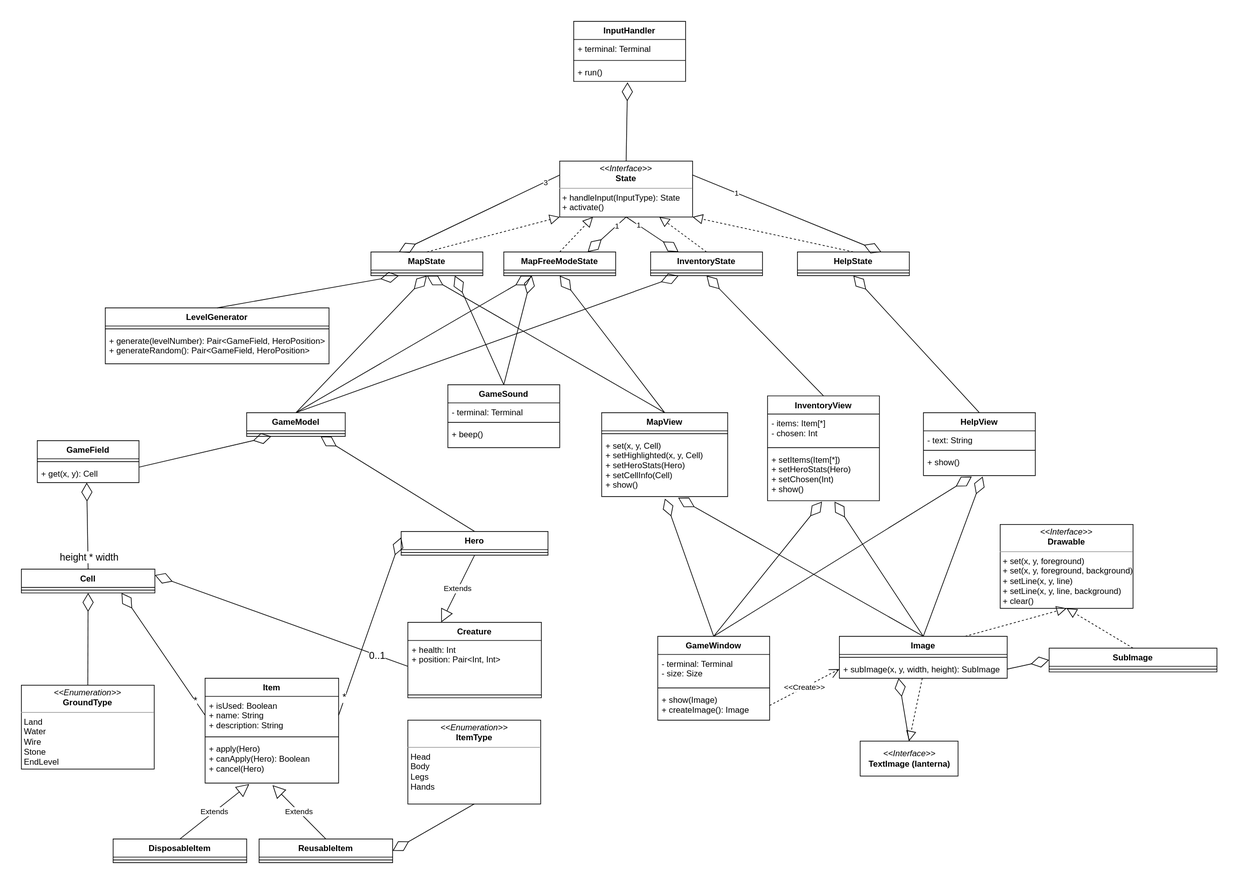
KaperD/HSE-SD-Course-Roguelike keeps this draw.io diagram as images/classes.svg. Above is the earlier version. Source tidied: cells renumbered, new cells last; positions are measured from the earlier drawing's top-left corner, leaving out a move shared by most shapes.
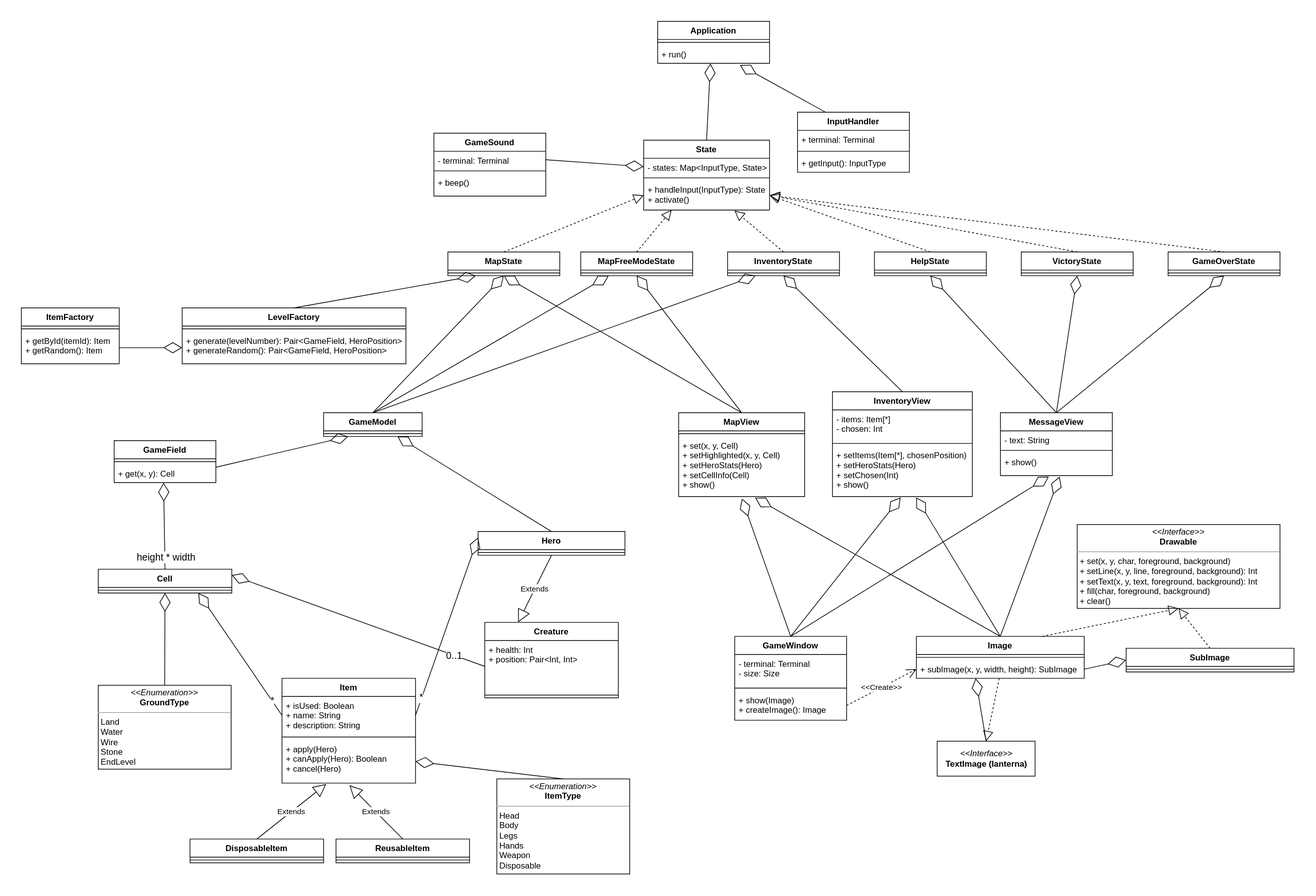
The same file after the commit.

What changed in the source:
```diff
@@ -5,3 +5,3 @@
     <mxCell id="2" value="InputHandler" style="swimlane;fontStyle=1;align=center;verticalAlign=top;horizontal=1;startSize=26;" parent="1" vertex="1">
-      <mxGeometry x="790" width="160" height="86" as="geometry" />
+      <mxGeometry x="1000" y="130" width="160" height="86" as="geometry" />
     </mxCell>
@@ -13,3 +13,3 @@
     </mxCell>
-    <mxCell id="5" value="+ run()" style="text;strokeColor=none;fillColor=none;align=left;verticalAlign=top;spacingLeft=4;spacingRight=4;overflow=hidden;points=[[0,0.5],[1,0.5]];portConstraint=eastwest;" parent="2" vertex="1">
+    <mxCell id="5" value="+ getInput(): InputType" style="text;strokeColor=none;fillColor=none;align=left;verticalAlign=top;spacingLeft=4;spacingRight=4;overflow=hidden;points=[[0,0.5],[1,0.5]];portConstraint=eastwest;" parent="2" vertex="1">
       <mxGeometry y="60" width="160" height="26" as="geometry" />
@@ -28,3 +28,3 @@
     </mxCell>
-    <mxCell id="10" value="LevelGenerator" style="swimlane;fontStyle=1;align=center;verticalAlign=top;horizontal=1;startSize=26;" parent="1" vertex="1">
+    <mxCell id="10" value="LevelFactory" style="swimlane;fontStyle=1;align=center;verticalAlign=top;horizontal=1;startSize=26;" parent="1" vertex="1">
       <mxGeometry x="120" y="410" width="320" height="80" as="geometry" />
@@ -38,12 +38,12 @@
     <mxCell id="13" value="InventoryView" style="swimlane;fontStyle=1;align=center;verticalAlign=top;horizontal=1;startSize=26;" parent="1" vertex="1">
-      <mxGeometry x="1067.2" y="536" width="160" height="150" as="geometry" />
+      <mxGeometry x="1050" y="530" width="200" height="150" as="geometry" />
     </mxCell>
     <mxCell id="14" value="- items: Item[*]&#10;- chosen: Int" style="text;strokeColor=none;fillColor=none;align=left;verticalAlign=top;spacingLeft=4;spacingRight=4;overflow=hidden;" parent="13" vertex="1">
-      <mxGeometry y="26" width="160" height="44" as="geometry" />
+      <mxGeometry y="26" width="200" height="44" as="geometry" />
     </mxCell>
     <mxCell id="15" style="line;strokeWidth=1;fillColor=none;align=left;verticalAlign=middle;spacingTop=-1;spacingLeft=3;spacingRight=3;labelPosition=right;" parent="13" vertex="1">
-      <mxGeometry y="70" width="160" height="8" as="geometry" />
+      <mxGeometry y="70" width="200" height="8" as="geometry" />
     </mxCell>
-    <mxCell id="16" value="+ setItems(Item[*])&#10;+ setHeroStats(Hero)&#10;+ setChosen(Int)&#10;+ show()" style="text;strokeColor=none;fillColor=none;align=left;verticalAlign=top;spacingLeft=4;spacingRight=4;overflow=hidden;points=[[0,0.5],[1,0.5]];portConstraint=eastwest;" parent="13" vertex="1">
-      <mxGeometry y="78" width="160" height="72" as="geometry" />
+    <mxCell id="16" value="+ setItems(Item[*], chosenPosition)&#10;+ setHeroStats(Hero)&#10;+ setChosen(Int)&#10;+ show()" style="text;strokeColor=none;fillColor=none;align=left;verticalAlign=top;spacingLeft=4;spacingRight=4;overflow=hidden;points=[[0,0.5],[1,0.5]];portConstraint=eastwest;" parent="13" vertex="1">
+      <mxGeometry y="78" width="200" height="72" as="geometry" />
     </mxCell>
@@ -109,18 +109,12 @@
     </mxCell>
-    <mxCell id="37" value="&lt;p style=&quot;margin: 0px ; margin-top: 4px ; text-align: center&quot;&gt;&lt;i&gt;&amp;lt;&amp;lt;Interface&amp;gt;&amp;gt;&lt;/i&gt;&lt;br&gt;&lt;b&gt;State&lt;/b&gt;&lt;/p&gt;&lt;hr size=&quot;1&quot;&gt;&lt;p style=&quot;margin: 0px ; margin-left: 4px&quot;&gt;+ handleInput(InputType): State&lt;br&gt;&lt;/p&gt;&lt;p style=&quot;margin: 0px ; margin-left: 4px&quot;&gt;+ activate()&lt;/p&gt;" style="verticalAlign=top;align=left;overflow=fill;fontSize=12;fontFamily=Helvetica;html=1;" parent="1" vertex="1">
-      <mxGeometry x="770" y="200" width="190" height="80" as="geometry" />
-    </mxCell>
-    <mxCell id="38" style="endArrow=diamondThin;endFill=0;endSize=24;html=1;rounded=0;exitX=0.5;exitY=0;exitDx=0;exitDy=0;entryX=0.481;entryY=1.051;entryDx=0;entryDy=0;entryPerimeter=0;" parent="1" edge="1" source="37" target="5">
-      <mxGeometry relative="1" as="geometry" />
-    </mxCell>
-    <mxCell id="39" style="endArrow=block;dashed=1;endFill=0;endSize=12;html=1;rounded=0;entryX=1;entryY=1;entryDx=0;entryDy=0;exitX=0.5;exitY=0;exitDx=0;exitDy=0;" parent="1" edge="1" source="84" target="37">
+    <mxCell id="39" style="endArrow=block;dashed=1;endFill=0;endSize=12;html=1;rounded=0;entryX=1;entryY=0.5;entryDx=0;entryDy=0;exitX=0.5;exitY=0;exitDx=0;exitDy=0;" parent="1" edge="1" source="84" target="119">
       <mxGeometry relative="1" as="geometry" />
     </mxCell>
-    <mxCell id="40" style="endArrow=block;dashed=1;endFill=0;endSize=12;html=1;rounded=0;entryX=0;entryY=1;entryDx=0;entryDy=0;exitX=0.5;exitY=0;exitDx=0;exitDy=0;" parent="1" edge="1" source="6" target="37">
+    <mxCell id="40" style="endArrow=block;dashed=1;endFill=0;endSize=12;html=1;rounded=0;entryX=0;entryY=0.5;entryDx=0;entryDy=0;exitX=0.5;exitY=0;exitDx=0;exitDy=0;" parent="1" edge="1" source="6" target="119">
       <mxGeometry relative="1" as="geometry" />
     </mxCell>
-    <mxCell id="41" style="endArrow=block;dashed=1;endFill=0;endSize=12;html=1;rounded=0;entryX=0.25;entryY=1;entryDx=0;entryDy=0;exitX=0.5;exitY=0;exitDx=0;exitDy=0;" parent="1" edge="1" source="8" target="37">
+    <mxCell id="41" style="endArrow=block;dashed=1;endFill=0;endSize=12;html=1;rounded=0;entryX=0.222;entryY=1;entryDx=0;entryDy=0;exitX=0.5;exitY=0;exitDx=0;exitDy=0;entryPerimeter=0;" parent="1" edge="1" source="8" target="119">
       <mxGeometry relative="1" as="geometry" />
     </mxCell>
-    <mxCell id="42" style="endArrow=block;dashed=1;endFill=0;endSize=12;html=1;rounded=0;entryX=0.75;entryY=1;entryDx=0;entryDy=0;exitX=0.5;exitY=0;exitDx=0;exitDy=0;" parent="1" edge="1" source="86" target="37">
+    <mxCell id="42" style="endArrow=block;dashed=1;endFill=0;endSize=12;html=1;rounded=0;entryX=0.722;entryY=1.02;entryDx=0;entryDy=0;exitX=0.5;exitY=0;exitDx=0;exitDy=0;entryPerimeter=0;" parent="1" edge="1" source="86" target="119">
       <mxGeometry relative="1" as="geometry" />
@@ -204,3 +198,3 @@
     </mxCell>
-    <mxCell id="68" value="HelpView" style="swimlane;fontStyle=1;align=center;verticalAlign=top;horizontal=1;startSize=26;" parent="1" vertex="1">
+    <mxCell id="68" value="MessageView" style="swimlane;fontStyle=1;align=center;verticalAlign=top;horizontal=1;startSize=26;" parent="1" vertex="1">
       <mxGeometry x="1290.2" y="560" width="160" height="90" as="geometry" />
@@ -264,26 +258,6 @@
     </mxCell>
-    <mxCell id="88" style="endArrow=diamondThin;endFill=0;endSize=24;html=1;rounded=0;fontSize=14;entryX=0.25;entryY=0;entryDx=0;entryDy=0;exitX=0;exitY=0.25;exitDx=0;exitDy=0;" parent="1" edge="1" source="37" target="6">
-      <mxGeometry relative="1" as="geometry" />
-    </mxCell>
-    <mxCell id="89" value="3" style="edgeLabel;html=1;align=center;verticalAlign=middle;" parent="88" vertex="1">
-      <mxGeometry x="-0.82" y="2" relative="1" as="geometry">
-        <mxPoint y="-1" as="offset" />
-      </mxGeometry>
-    </mxCell>
-    <mxCell id="90" style="endArrow=diamondThin;endFill=0;endSize=24;html=1;rounded=0;fontSize=14;entryX=0.75;entryY=0;entryDx=0;entryDy=0;exitX=0.5;exitY=1;exitDx=0;exitDy=0;" parent="1" edge="1" source="37" target="8">
-      <mxGeometry relative="1" as="geometry" />
-    </mxCell>
-    <mxCell id="91" value="1" style="edgeLabel;html=1;align=center;verticalAlign=middle;" parent="90" vertex="1">
-      <mxGeometry x="-0.53" relative="1" as="geometry" />
-    </mxCell>
-    <mxCell id="92" style="endArrow=diamondThin;endFill=0;endSize=24;html=1;rounded=0;fontSize=14;entryX=0.25;entryY=0;entryDx=0;entryDy=0;exitX=0.5;exitY=1;exitDx=0;exitDy=0;" parent="1" edge="1" source="37" target="86">
-      <mxGeometry relative="1" as="geometry" />
-    </mxCell>
-    <mxCell id="93" value="1" style="edgeLabel;html=1;align=center;verticalAlign=middle;" parent="92" vertex="1">
-      <mxGeometry x="-0.53" relative="1" as="geometry" />
-    </mxCell>
-    <mxCell id="94" value="&lt;p style=&quot;margin: 0px ; margin-top: 4px ; text-align: center&quot;&gt;&lt;i&gt;&amp;lt;&amp;lt;Enumeration&amp;gt;&amp;gt;&lt;/i&gt;&lt;br&gt;&lt;b&gt;ItemType&lt;/b&gt;&lt;/p&gt;&lt;hr size=&quot;1&quot;&gt;&lt;p style=&quot;margin: 0px ; margin-left: 4px&quot;&gt;&lt;span&gt;Head&lt;/span&gt;&lt;br&gt;&lt;/p&gt;&lt;p style=&quot;margin: 0px ; margin-left: 4px&quot;&gt;Body&lt;/p&gt;&lt;p style=&quot;margin: 0px ; margin-left: 4px&quot;&gt;Legs&lt;/p&gt;&lt;p style=&quot;margin: 0px ; margin-left: 4px&quot;&gt;Hands&lt;/p&gt;" style="verticalAlign=top;align=left;overflow=fill;fontSize=12;fontFamily=Helvetica;html=1;" parent="1" vertex="1">
-      <mxGeometry x="552.8" y="1000" width="190" height="120" as="geometry" />
+    <mxCell id="94" value="&lt;p style=&quot;margin: 0px ; margin-top: 4px ; text-align: center&quot;&gt;&lt;i&gt;&amp;lt;&amp;lt;Enumeration&amp;gt;&amp;gt;&lt;/i&gt;&lt;br&gt;&lt;b&gt;ItemType&lt;/b&gt;&lt;/p&gt;&lt;hr size=&quot;1&quot;&gt;&lt;p style=&quot;margin: 0px ; margin-left: 4px&quot;&gt;&lt;span&gt;Head&lt;/span&gt;&lt;br&gt;&lt;/p&gt;&lt;p style=&quot;margin: 0px ; margin-left: 4px&quot;&gt;Body&lt;/p&gt;&lt;p style=&quot;margin: 0px ; margin-left: 4px&quot;&gt;Legs&lt;/p&gt;&lt;p style=&quot;margin: 0px ; margin-left: 4px&quot;&gt;Hands&lt;/p&gt;&lt;p style=&quot;margin: 0px ; margin-left: 4px&quot;&gt;Weapon&lt;/p&gt;&lt;p style=&quot;margin: 0px ; margin-left: 4px&quot;&gt;Disposable&lt;/p&gt;" style="verticalAlign=top;align=left;overflow=fill;fontSize=12;fontFamily=Helvetica;html=1;" parent="1" vertex="1">
+      <mxGeometry x="570" y="1084" width="190" height="136" as="geometry" />
     </mxCell>
-    <mxCell id="95" style="endArrow=diamondThin;endFill=0;endSize=24;html=1;rounded=0;fontSize=14;entryX=1;entryY=0.5;entryDx=0;entryDy=0;exitX=0.5;exitY=1;exitDx=0;exitDy=0;" parent="1" edge="1" source="94" target="98">
+    <mxCell id="95" style="endArrow=diamondThin;endFill=0;endSize=24;html=1;rounded=0;fontSize=14;entryX=1;entryY=0.5;entryDx=0;entryDy=0;exitX=0.5;exitY=0;exitDx=0;exitDy=0;" parent="1" edge="1" source="94" target="49">
       <mxGeometry relative="1" as="geometry" />
@@ -309,3 +283,3 @@
     <mxCell id="102" value="GameSound" style="swimlane;fontStyle=1;align=center;verticalAlign=top;horizontal=1;startSize=26;" parent="1" vertex="1">
-      <mxGeometry x="610" y="520" width="160" height="90" as="geometry" />
+      <mxGeometry x="480" y="160" width="160" height="90" as="geometry" />
     </mxCell>
@@ -320,10 +294,4 @@
     </mxCell>
-    <mxCell id="106" style="endArrow=diamondThin;endFill=0;endSize=24;html=1;rounded=0;fontSize=14;entryX=0.25;entryY=1;entryDx=0;entryDy=0;exitX=0.5;exitY=0;exitDx=0;exitDy=0;" parent="1" edge="1" source="102" target="8">
-      <mxGeometry relative="1" as="geometry" />
-    </mxCell>
-    <mxCell id="107" style="endArrow=diamondThin;endFill=0;endSize=24;html=1;rounded=0;fontSize=14;entryX=0.75;entryY=1;entryDx=0;entryDy=0;exitX=0.5;exitY=0;exitDx=0;exitDy=0;" parent="1" edge="1" source="102" target="6">
-      <mxGeometry relative="1" as="geometry" />
-    </mxCell>
-    <mxCell id="108" value="&lt;p style=&quot;margin: 0px ; margin-top: 4px ; text-align: center&quot;&gt;&lt;i&gt;&amp;lt;&amp;lt;Interface&amp;gt;&amp;gt;&lt;/i&gt;&lt;br&gt;&lt;b&gt;Drawable&lt;/b&gt;&lt;/p&gt;&lt;hr size=&quot;1&quot;&gt;&lt;p style=&quot;margin: 0px ; margin-left: 4px&quot;&gt;+ set(x, y, foreground)&lt;br style=&quot;padding: 0px ; margin: 0px&quot;&gt;+ set(x, y, foreground, background)&lt;br style=&quot;padding: 0px ; margin: 0px&quot;&gt;+ setLine(x, y, line)&lt;br style=&quot;padding: 0px ; margin: 0px&quot;&gt;+ setLine(x, y, line,&amp;nbsp;background)&lt;/p&gt;&lt;p style=&quot;margin: 0px ; margin-left: 4px&quot;&gt;+ clear()&lt;/p&gt;" style="verticalAlign=top;align=left;overflow=fill;fontSize=12;fontFamily=Helvetica;html=1;" parent="1" vertex="1">
-      <mxGeometry x="1400" y="720" width="190" height="120" as="geometry" />
+    <mxCell id="108" value="&lt;p style=&quot;margin: 0px ; margin-top: 4px ; text-align: center&quot;&gt;&lt;i&gt;&amp;lt;&amp;lt;Interface&amp;gt;&amp;gt;&lt;/i&gt;&lt;br&gt;&lt;b&gt;Drawable&lt;/b&gt;&lt;/p&gt;&lt;hr size=&quot;1&quot;&gt;&lt;p style=&quot;margin: 0px ; margin-left: 4px&quot;&gt;+ set(x, y, char, foreground, background)&lt;br style=&quot;padding: 0px ; margin: 0px&quot;&gt;+ setLine(x, y, line, foreground, background): Int&lt;/p&gt;&lt;p style=&quot;margin: 0px ; margin-left: 4px&quot;&gt;+ setText(x, y, text, foreground, background): Int&lt;/p&gt;&lt;p style=&quot;margin: 0px ; margin-left: 4px&quot;&gt;+ fill(char, foreground, background)&lt;/p&gt;&lt;p style=&quot;margin: 0px ; margin-left: 4px&quot;&gt;+ clear()&lt;/p&gt;" style="verticalAlign=top;align=left;overflow=fill;fontSize=12;fontFamily=Helvetica;html=1;" parent="1" vertex="1">
+      <mxGeometry x="1400" y="720" width="290" height="120" as="geometry" />
     </mxCell>
@@ -344,8 +312,68 @@
     </mxCell>
-    <mxCell id="114" style="endArrow=diamondThin;endFill=0;endSize=24;html=1;rounded=0;fontSize=14;entryX=0.75;entryY=0;entryDx=0;entryDy=0;exitX=1;exitY=0.25;exitDx=0;exitDy=0;" parent="1" edge="1" source="37" target="84">
-      <mxGeometry relative="1" as="geometry" />
-    </mxCell>
-    <mxCell id="115" value="1" style="edgeLabel;html=1;align=center;verticalAlign=middle;" parent="114" vertex="1">
-      <mxGeometry x="-0.53" relative="1" as="geometry" />
-    </mxCell>
+    <mxCell id="116" value="State" style="swimlane;fontStyle=1;align=center;verticalAlign=top;horizontal=1;startSize=26;" parent="1" vertex="1">
+      <mxGeometry x="780" y="170" width="180" height="100" as="geometry" />
+    </mxCell>
+    <mxCell id="117" value="- states: Map&lt;InputType, State&gt;" style="text;strokeColor=none;fillColor=none;align=left;verticalAlign=top;spacingLeft=4;spacingRight=4;overflow=hidden;points=[[0,0.5],[1,0.5]];portConstraint=eastwest;" parent="116" vertex="1">
+      <mxGeometry y="26" width="180" height="24" as="geometry" />
+    </mxCell>
+    <mxCell id="118" style="line;strokeWidth=1;fillColor=none;align=left;verticalAlign=middle;spacingTop=-1;spacingLeft=3;spacingRight=3;labelPosition=right;" parent="116" vertex="1">
+      <mxGeometry y="50" width="180" height="8" as="geometry" />
+    </mxCell>
+    <mxCell id="119" value="+ handleInput(InputType): State&#10;+ activate()" style="text;strokeColor=none;fillColor=none;align=left;verticalAlign=top;spacingLeft=4;spacingRight=4;overflow=hidden;points=[[0,0.5],[1,0.5]];portConstraint=eastwest;" parent="116" vertex="1">
+      <mxGeometry y="58" width="180" height="42" as="geometry" />
+    </mxCell>
+    <mxCell id="120" value="VictoryState" style="swimlane;fontStyle=1;align=center;verticalAlign=top;horizontal=1;startSize=26;" parent="1" vertex="1">
+      <mxGeometry x="1320" y="330" width="160" height="34" as="geometry" />
+    </mxCell>
+    <mxCell id="121" style="line;strokeWidth=1;fillColor=none;align=left;verticalAlign=middle;spacingTop=-1;spacingLeft=3;spacingRight=3;labelPosition=right;" parent="120" vertex="1">
+      <mxGeometry y="26" width="160" height="8" as="geometry" />
+    </mxCell>
+    <mxCell id="122" value="GameOverState" style="swimlane;fontStyle=1;align=center;verticalAlign=top;horizontal=1;startSize=26;" parent="1" vertex="1">
+      <mxGeometry x="1530" y="330" width="160" height="34" as="geometry" />
+    </mxCell>
+    <mxCell id="123" style="line;strokeWidth=1;fillColor=none;align=left;verticalAlign=middle;spacingTop=-1;spacingLeft=3;spacingRight=3;labelPosition=right;" parent="122" vertex="1">
+      <mxGeometry y="26" width="160" height="8" as="geometry" />
+    </mxCell>
+    <mxCell id="124" style="endArrow=block;dashed=1;endFill=0;endSize=12;html=1;rounded=0;entryX=1;entryY=0.5;entryDx=0;entryDy=0;exitX=0.5;exitY=0;exitDx=0;exitDy=0;" parent="1" edge="1" source="120" target="119">
+      <mxGeometry relative="1" as="geometry" />
+    </mxCell>
+    <mxCell id="125" style="endArrow=block;dashed=1;endFill=0;endSize=12;html=1;rounded=0;exitX=0.5;exitY=0;exitDx=0;exitDy=0;entryX=1;entryY=0.5;entryDx=0;entryDy=0;" parent="1" edge="1" source="122" target="119">
+      <mxGeometry relative="1" as="geometry" />
+    </mxCell>
+    <mxCell id="126" style="endArrow=diamondThin;endFill=0;endSize=24;html=1;rounded=0;fontSize=14;exitX=0.5;exitY=0;exitDx=0;exitDy=0;entryX=0.5;entryY=1;entryDx=0;entryDy=0;" parent="1" edge="1" source="68" target="120">
+      <mxGeometry relative="1" as="geometry" />
+    </mxCell>
+    <mxCell id="127" style="endArrow=diamondThin;endFill=0;endSize=24;html=1;rounded=0;fontSize=14;exitX=0.5;exitY=0;exitDx=0;exitDy=0;entryX=0.5;entryY=1;entryDx=0;entryDy=0;" parent="1" edge="1" source="68" target="122">
+      <mxGeometry relative="1" as="geometry" />
+    </mxCell>
+    <mxCell id="128" value="ItemFactory" style="swimlane;fontStyle=1;align=center;verticalAlign=top;horizontal=1;startSize=26;" parent="1" vertex="1">
+      <mxGeometry x="-110" y="410" width="140" height="80" as="geometry" />
+    </mxCell>
+    <mxCell id="129" style="line;strokeWidth=1;fillColor=none;align=left;verticalAlign=middle;spacingTop=-1;spacingLeft=3;spacingRight=3;labelPosition=right;" parent="128" vertex="1">
+      <mxGeometry y="26" width="140" height="8" as="geometry" />
+    </mxCell>
+    <mxCell id="130" value="+ getById(itemId): Item&#10;+ getRandom(): Item" style="text;strokeColor=none;fillColor=none;align=left;verticalAlign=top;spacingLeft=4;spacingRight=4;overflow=hidden;points=[[0,0.5],[1,0.5]];portConstraint=eastwest;" parent="128" vertex="1">
+      <mxGeometry y="34" width="140" height="46" as="geometry" />
+    </mxCell>
+    <mxCell id="131" style="endArrow=diamondThin;endFill=0;endSize=24;html=1;rounded=0;fontSize=14;entryX=0;entryY=0.5;entryDx=0;entryDy=0;exitX=1;exitY=0.5;exitDx=0;exitDy=0;" parent="1" edge="1" source="130" target="12">
+      <mxGeometry relative="1" as="geometry" />
+    </mxCell>
+    <mxCell id="132" style="endArrow=diamondThin;endFill=0;endSize=24;html=1;rounded=0;entryX=0;entryY=0.5;entryDx=0;entryDy=0;exitX=1;exitY=0.5;exitDx=0;exitDy=0;" parent="1" edge="1" source="103" target="117">
+      <mxGeometry relative="1" as="geometry" />
+    </mxCell>
+    <mxCell id="133" value="Application" style="swimlane;fontStyle=1;align=center;verticalAlign=top;horizontal=1;startSize=26;" parent="1" vertex="1">
+      <mxGeometry x="800" width="160" height="60" as="geometry" />
+    </mxCell>
+    <mxCell id="134" style="line;strokeWidth=1;fillColor=none;align=left;verticalAlign=middle;spacingTop=-1;spacingLeft=3;spacingRight=3;labelPosition=right;" parent="133" vertex="1">
+      <mxGeometry y="26" width="160" height="8" as="geometry" />
+    </mxCell>
+    <mxCell id="135" value="+ run()" style="text;strokeColor=none;fillColor=none;align=left;verticalAlign=top;spacingLeft=4;spacingRight=4;overflow=hidden;points=[[0,0.5],[1,0.5]];portConstraint=eastwest;" parent="133" vertex="1">
+      <mxGeometry y="34" width="160" height="26" as="geometry" />
+    </mxCell>
+    <mxCell id="136" style="endArrow=diamondThin;endFill=0;endSize=24;html=1;rounded=0;entryX=0.472;entryY=1.013;entryDx=0;entryDy=0;entryPerimeter=0;exitX=0.5;exitY=0;exitDx=0;exitDy=0;" parent="1" edge="1" source="116" target="135">
+      <mxGeometry relative="1" as="geometry" />
+    </mxCell>
+    <mxCell id="137" style="endArrow=diamondThin;endFill=0;endSize=24;html=1;rounded=0;entryX=0.736;entryY=1.098;entryDx=0;entryDy=0;entryPerimeter=0;exitX=0.25;exitY=0;exitDx=0;exitDy=0;" parent="1" edge="1" source="2" target="135">
+      <mxGeometry relative="1" as="geometry" />
+    </mxCell>
   </root>
```
